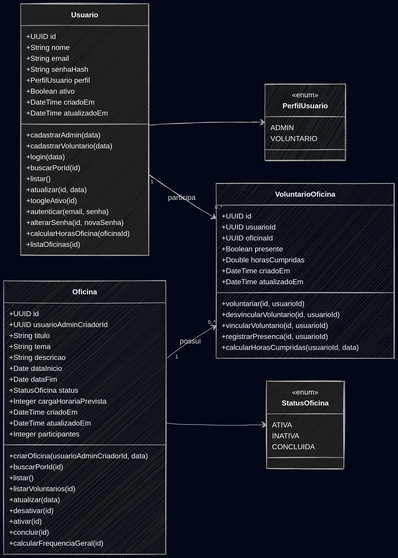
SALIPE/CERTIFICADORA-1 keeps this Mermaid diagram as diagrama_classes.png. Above is the earlier version. Its source is kept beside it as diagrama_classes.mmd.
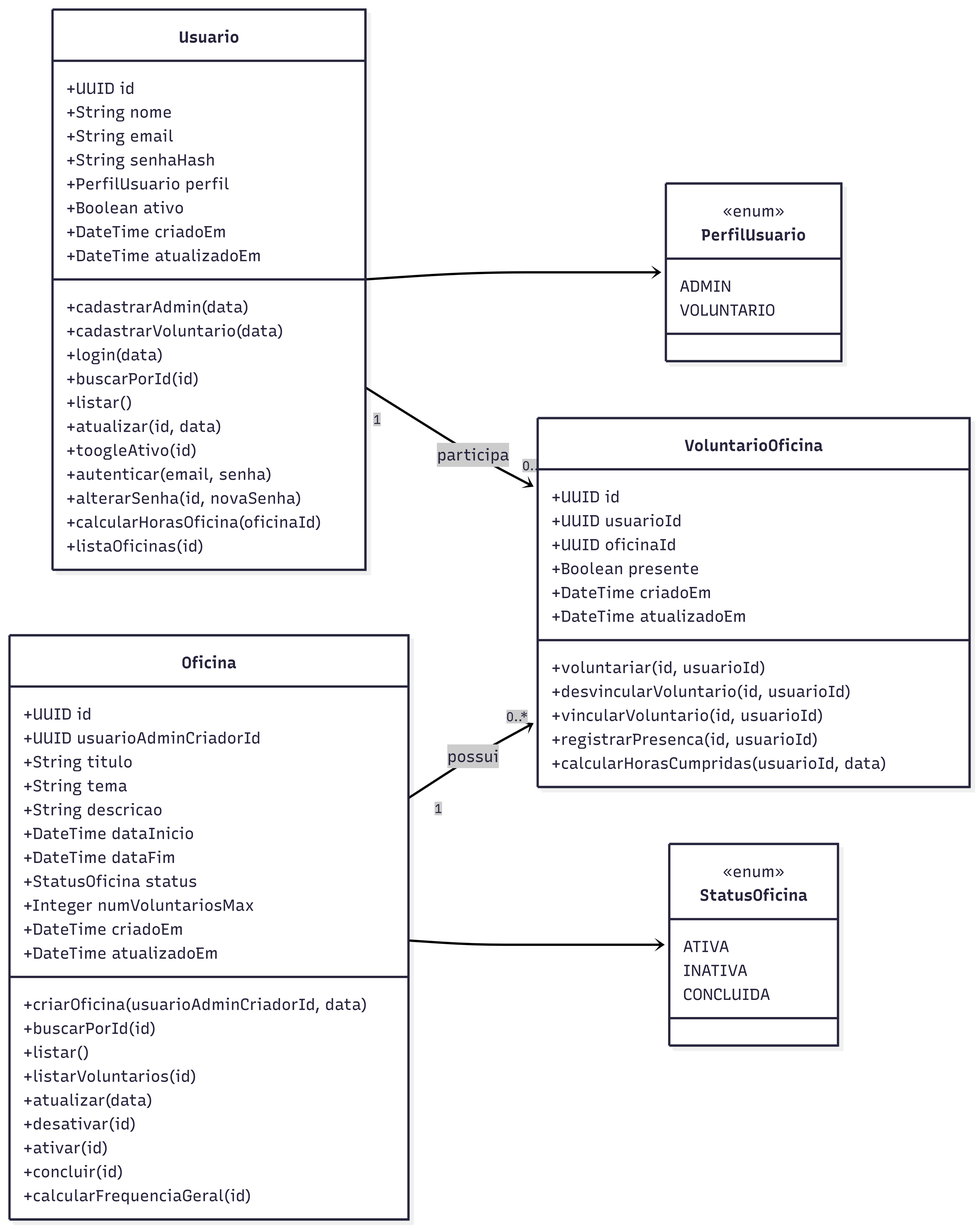
Above is the later version.

Commit message:
ajustando diagrama de classes

The edit, as a diff of the source:
```diff
@@ -30,14 +30,13 @@
   +String titulo
   +String tema
   +String descricao
-  +Date dataInicio
-  +Date dataFim
+  +DateTime dataInicio
+  +DateTime dataFim
   +StatusOficina status
-  +Integer cargaHorariaPrevista
+  +Integer numVoluntariosMax
   +DateTime criadoEm
   +DateTime atualizadoEm
-  +Integer participantes
-  +Integer numVoluntariosMax
+
 
   +criarOficina(usuarioAdminCriadorId, data)
   +buscarPorId(id)
@@ -55,7 +54,6 @@
   +UUID usuarioId
   +UUID oficinaId
   +Boolean presente
-  +Double horasCumpridas
   +DateTime criadoEm
   +DateTime atualizadoEm
 
```
